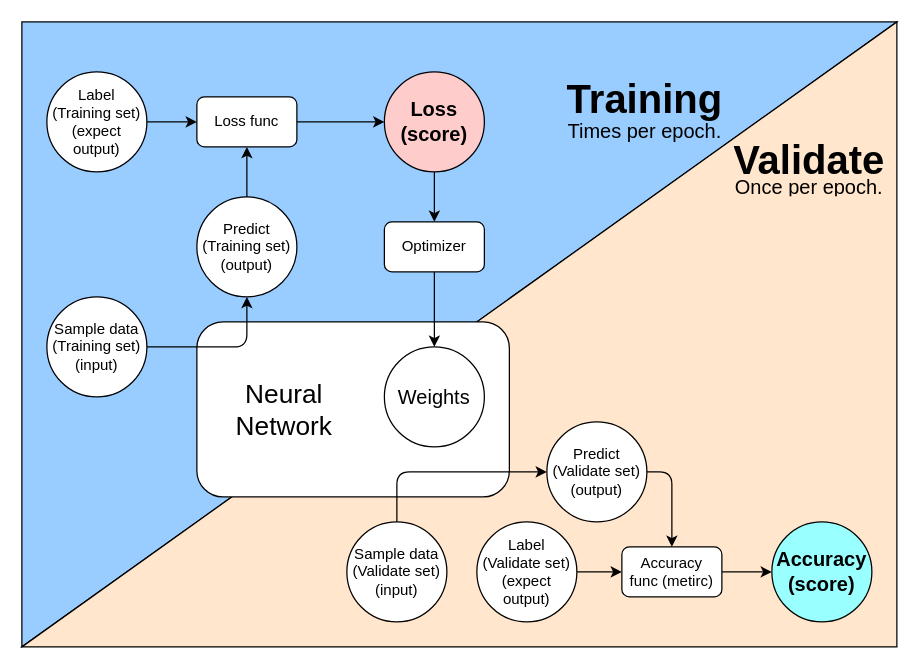
The draw.io diagram MachineLearning/diagram/training_process.drawio in danteliujie/audioFrameWork, before the edit. Source tidied: cells renumbered, new cells numbered last; positions are measured from the earlier drawing's top-left corner, leaving out a move shared by most shapes. Both pictures are drawn from the tidied source at 125%, with x=0, y=0 at pixel (21, 21).
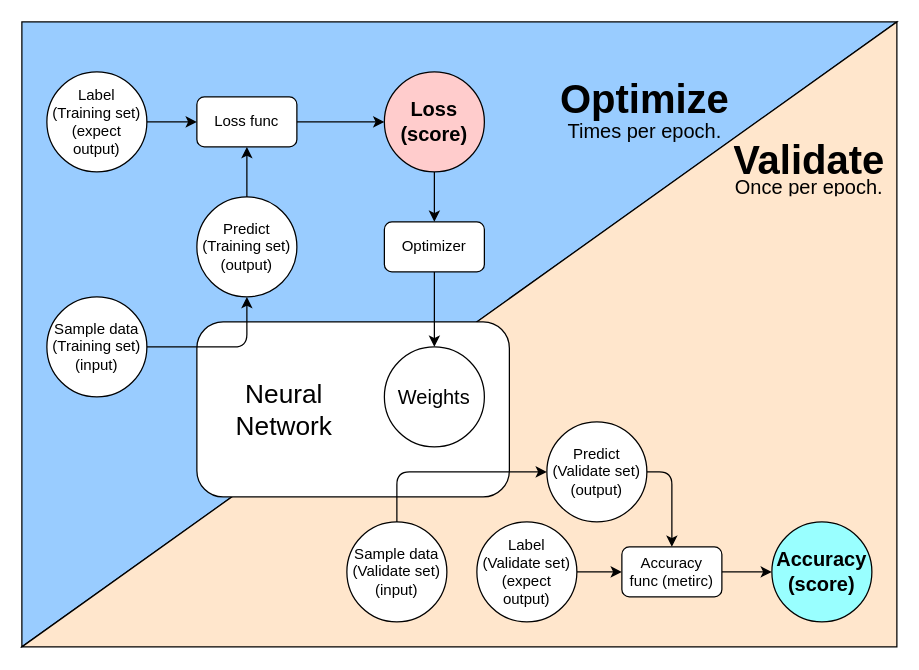
The same diagram, later.

Commit message (it also covers changes not shown here):
rename training to optimize

Diff of the diagram source:
```diff
@@
-    <mxCell id="29" value="&lt;h1 style=&quot;line-height: 10%&quot;&gt;Training&lt;/h1&gt;&lt;p style=&quot;line-height: 20%&quot;&gt;Times per epoch.&lt;/p&gt;" style="text;html=1;strokeColor=none;fillColor=none;spacing=5;spacingTop=-20;whiteSpace=wrap;overflow=hidden;rounded=0;fontSize=16;align=center;" parent="1" vertex="1">
+    <mxCell id="29" value="&lt;h1 style=&quot;line-height: 10%&quot;&gt;Optimize&lt;/h1&gt;&lt;p style=&quot;line-height: 20%&quot;&gt;Times per epoch.&lt;/p&gt;" style="text;html=1;strokeColor=none;fillColor=none;spacing=5;spacingTop=-20;whiteSpace=wrap;overflow=hidden;rounded=0;fontSize=16;align=center;" parent="1" vertex="1">
       <mxGeometry x="420" y="50" width="157" height="50" as="geometry" />
     </mxCell>
```
